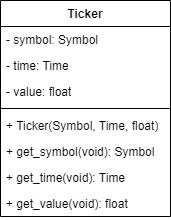
This is docs/Ticker.png from mwhicks-dev/automatic-octo-spoon, a draw.io export, as it was before one commit. Source tidied: cells renumbered, new cells last; positions are measured from the earlier drawing's top-left corner, leaving out a move shared by most shapes.
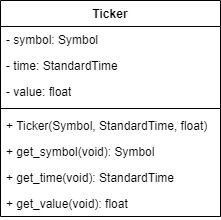
The same file after the commit.

The edit, as a diff of the source:
```diff
@@ -3,31 +3,31 @@
     <mxCell id="0" />
     <mxCell id="1" parent="0" />
     <mxCell id="2" value="Ticker" style="swimlane;fontStyle=1;align=center;verticalAlign=top;horizontal=1;startSize=26;whiteSpace=wrap;html=1;" parent="1" vertex="1">
-      <mxGeometry width="170" height="216" as="geometry" />
+      <mxGeometry width="220" height="216" as="geometry" />
     </mxCell>
     <mxCell id="3" value="- symbol: Symbol" style="text;strokeColor=none;fillColor=none;align=left;verticalAlign=top;spacingLeft=4;spacingRight=4;overflow=hidden;whiteSpace=wrap;html=1;" parent="2" vertex="1">
-      <mxGeometry y="26" width="170" height="26" as="geometry" />
+      <mxGeometry y="26" width="220" height="26" as="geometry" />
     </mxCell>
-    <mxCell id="4" value="- time: Time" style="text;strokeColor=none;fillColor=none;align=left;verticalAlign=top;spacingLeft=4;spacingRight=4;overflow=hidden;whiteSpace=wrap;html=1;" parent="2" vertex="1">
-      <mxGeometry y="52" width="170" height="26" as="geometry" />
+    <mxCell id="4" value="- time: StandardTime" style="text;strokeColor=none;fillColor=none;align=left;verticalAlign=top;spacingLeft=4;spacingRight=4;overflow=hidden;whiteSpace=wrap;html=1;" parent="2" vertex="1">
+      <mxGeometry y="52" width="220" height="26" as="geometry" />
     </mxCell>
     <mxCell id="5" value="- value: float" style="text;strokeColor=none;fillColor=none;align=left;verticalAlign=top;spacingLeft=4;spacingRight=4;overflow=hidden;whiteSpace=wrap;html=1;" parent="2" vertex="1">
-      <mxGeometry y="78" width="170" height="26" as="geometry" />
+      <mxGeometry y="78" width="220" height="26" as="geometry" />
     </mxCell>
     <mxCell id="6" style="line;strokeWidth=1;fillColor=none;align=left;verticalAlign=middle;spacingTop=-1;spacingLeft=3;spacingRight=3;labelPosition=right;strokeColor=inherit;" parent="2" vertex="1">
-      <mxGeometry y="104" width="170" height="8" as="geometry" />
+      <mxGeometry y="104" width="220" height="8" as="geometry" />
     </mxCell>
-    <mxCell id="7" value="+ Ticker(Symbol, Time, float)" style="text;strokeColor=none;fillColor=none;align=left;verticalAlign=top;spacingLeft=4;spacingRight=4;overflow=hidden;whiteSpace=wrap;html=1;" parent="2" vertex="1">
-      <mxGeometry y="112" width="170" height="26" as="geometry" />
+    <mxCell id="7" value="+ Ticker(Symbol, StandardTime, float)" style="text;strokeColor=none;fillColor=none;align=left;verticalAlign=top;spacingLeft=4;spacingRight=4;overflow=hidden;whiteSpace=wrap;html=1;" parent="2" vertex="1">
+      <mxGeometry y="112" width="220" height="26" as="geometry" />
     </mxCell>
     <mxCell id="8" value="+ get_symbol(void): Symbol" style="text;strokeColor=none;fillColor=none;align=left;verticalAlign=top;spacingLeft=4;spacingRight=4;overflow=hidden;whiteSpace=wrap;html=1;" parent="2" vertex="1">
-      <mxGeometry y="138" width="170" height="26" as="geometry" />
+      <mxGeometry y="138" width="220" height="26" as="geometry" />
     </mxCell>
-    <mxCell id="9" value="+ get_time(void): Time" style="text;strokeColor=none;fillColor=none;align=left;verticalAlign=top;spacingLeft=4;spacingRight=4;overflow=hidden;whiteSpace=wrap;html=1;" parent="2" vertex="1">
-      <mxGeometry y="164" width="170" height="26" as="geometry" />
+    <mxCell id="9" value="+ get_time(void): StandardTime" style="text;strokeColor=none;fillColor=none;align=left;verticalAlign=top;spacingLeft=4;spacingRight=4;overflow=hidden;whiteSpace=wrap;html=1;" parent="2" vertex="1">
+      <mxGeometry y="164" width="220" height="26" as="geometry" />
     </mxCell>
     <mxCell id="10" value="+ get_value(void): float" style="text;strokeColor=none;fillColor=none;align=left;verticalAlign=top;spacingLeft=4;spacingRight=4;overflow=hidden;whiteSpace=wrap;html=1;" parent="2" vertex="1">
-      <mxGeometry y="190" width="170" height="26" as="geometry" />
+      <mxGeometry y="190" width="220" height="26" as="geometry" />
     </mxCell>
   </root>
 </mxGraphModel>
```
